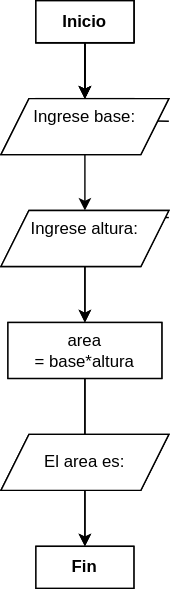
Above: Anotaciones C-C++/area.svg in Potentiallmmortality/notas (draw.io), before the change. Source tidied: cells renumbered, new cells last; positions are measured from the earlier drawing's top-left corner, leaving out a move shared by most shapes. Its diagram source:
```xml
<mxGraphModel background="#ffffff">
  <root>
    <mxCell id="0" />
    <mxCell id="1" parent="0" />
    <mxCell id="2" style="edgeStyle=none;html=1;" parent="1" edge="1" source="3">
      <mxGeometry relative="1" as="geometry">
        <mxPoint x="60" y="70" as="targetPoint" />
      </mxGeometry>
    </mxCell>
    <mxCell id="3" value="&lt;b&gt;Inicio&lt;/b&gt;" style="rounded=0;whiteSpace=wrap;html=1;" parent="1" vertex="1">
      <mxGeometry x="25" width="70" height="30" as="geometry" />
    </mxCell>
    <mxCell id="4" style="edgeStyle=none;html=1;" parent="1" edge="1" source="5">
      <mxGeometry relative="1" as="geometry">
        <mxPoint x="60" y="70" as="targetPoint" />
      </mxGeometry>
    </mxCell>
    <mxCell id="5" value="&lt;b&gt;Main&lt;/b&gt;" style="rounded=0;whiteSpace=wrap;html=1;" parent="1" vertex="1">
      <mxGeometry x="25" width="70" height="30" as="geometry" />
    </mxCell>
    <mxCell id="6" style="edgeStyle=none;html=1;" parent="1" edge="1" source="7" target="23">
      <mxGeometry relative="1" as="geometry" />
    </mxCell>
    <mxCell id="7" value="&lt;b&gt;Void&lt;/b&gt;" style="rounded=0;whiteSpace=wrap;html=1;" parent="1" vertex="1">
      <mxGeometry x="25" y="70" width="70" height="30" as="geometry" />
    </mxCell>
    <mxCell id="8" style="edgeStyle=none;html=1;" parent="1" edge="1">
      <mxGeometry relative="1" as="geometry">
        <mxPoint x="120" y="155" as="sourcePoint" />
        <mxPoint x="95" y="155" as="targetPoint" />
      </mxGeometry>
    </mxCell>
    <mxCell id="9" style="edgeStyle=none;html=1;" parent="1" edge="1" target="7">
      <mxGeometry relative="1" as="geometry">
        <mxPoint x="120" y="86.2" as="sourcePoint" />
      </mxGeometry>
    </mxCell>
    <mxCell id="10" style="edgeStyle=none;html=1;" parent="1" edge="1" source="11" target="12">
      <mxGeometry relative="1" as="geometry" />
    </mxCell>
    <mxCell id="11" value="&lt;b&gt;Inicio&lt;/b&gt;" style="rounded=0;whiteSpace=wrap;html=1;" parent="1" vertex="1">
      <mxGeometry x="25" width="70" height="30" as="geometry" />
    </mxCell>
    <mxCell id="12" value="Ingrese base:&lt;div&gt;&lt;br&gt;&lt;/div&gt;" style="shape=parallelogram;perimeter=parallelogramPerimeter;whiteSpace=wrap;html=1;fixedSize=1;" parent="1" vertex="1">
      <mxGeometry y="70" width="120" height="40" as="geometry" />
    </mxCell>
    <mxCell id="13" style="edgeStyle=none;html=1;" parent="1" edge="1" source="14" target="16">
      <mxGeometry relative="1" as="geometry" />
    </mxCell>
    <mxCell id="14" value="Ingrese altura:&lt;div&gt;&lt;br&gt;&lt;/div&gt;" style="shape=parallelogram;perimeter=parallelogramPerimeter;whiteSpace=wrap;html=1;fixedSize=1;" parent="1" vertex="1">
      <mxGeometry y="150" width="120" height="40" as="geometry" />
    </mxCell>
    <mxCell id="15" style="edgeStyle=none;html=1;" parent="1" edge="1" source="16" target="18">
      <mxGeometry relative="1" as="geometry" />
    </mxCell>
    <mxCell id="16" value="area&lt;div&gt;= base*altura&lt;/div&gt;" style="rounded=0;whiteSpace=wrap;html=1;" parent="1" vertex="1">
      <mxGeometry x="5" y="230" width="110" height="40" as="geometry" />
    </mxCell>
    <mxCell id="17" value="El area es:" style="shape=parallelogram;perimeter=parallelogramPerimeter;whiteSpace=wrap;html=1;fixedSize=1;" parent="1" vertex="1">
      <mxGeometry y="310" width="120" height="40" as="geometry" />
    </mxCell>
    <mxCell id="18" value="&lt;b&gt;Fin&lt;/b&gt;" style="rounded=0;whiteSpace=wrap;html=1;" parent="1" vertex="1">
      <mxGeometry x="25" y="390" width="70" height="30" as="geometry" />
    </mxCell>
    <mxCell id="19" style="edgeStyle=none;html=1;" parent="1" edge="1" source="20" target="21">
      <mxGeometry relative="1" as="geometry" />
    </mxCell>
    <mxCell id="20" value="&lt;b&gt;Inicio&lt;/b&gt;" style="rounded=0;whiteSpace=wrap;html=1;" parent="1" vertex="1">
      <mxGeometry x="25" width="70" height="30" as="geometry" />
    </mxCell>
    <mxCell id="21" value="Ingrese base:&lt;div&gt;&lt;br&gt;&lt;/div&gt;" style="shape=parallelogram;perimeter=parallelogramPerimeter;whiteSpace=wrap;html=1;fixedSize=1;" parent="1" vertex="1">
      <mxGeometry y="70" width="120" height="40" as="geometry" />
    </mxCell>
    <mxCell id="22" style="edgeStyle=none;html=1;" parent="1" edge="1" source="23" target="25">
      <mxGeometry relative="1" as="geometry" />
    </mxCell>
    <mxCell id="23" value="Ingrese altura:&lt;div&gt;&lt;br&gt;&lt;/div&gt;" style="shape=parallelogram;perimeter=parallelogramPerimeter;whiteSpace=wrap;html=1;fixedSize=1;" parent="1" vertex="1">
      <mxGeometry y="150" width="120" height="40" as="geometry" />
    </mxCell>
    <mxCell id="24" style="edgeStyle=none;html=1;" parent="1" edge="1" source="25" target="27">
      <mxGeometry relative="1" as="geometry" />
    </mxCell>
    <mxCell id="25" value="area&lt;div&gt;= base*altura&lt;/div&gt;" style="rounded=0;whiteSpace=wrap;html=1;" parent="1" vertex="1">
      <mxGeometry x="5" y="230" width="110" height="40" as="geometry" />
    </mxCell>
    <mxCell id="26" value="El area es:" style="shape=parallelogram;perimeter=parallelogramPerimeter;whiteSpace=wrap;html=1;fixedSize=1;" parent="1" vertex="1">
      <mxGeometry y="310" width="120" height="40" as="geometry" />
    </mxCell>
    <mxCell id="27" value="&lt;b&gt;Fin&lt;/b&gt;" style="rounded=0;whiteSpace=wrap;html=1;" parent="1" vertex="1">
      <mxGeometry x="25" y="390" width="70" height="30" as="geometry" />
    </mxCell>
  </root>
</mxGraphModel>
```
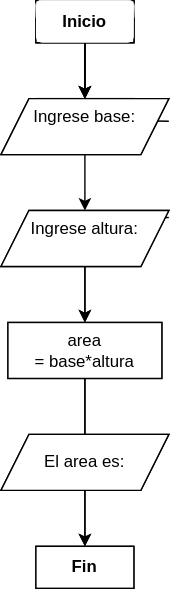
After the change.

Change to the diagram source:
```diff
@@ -65,7 +65,7 @@
     <mxCell id="19" style="edgeStyle=none;html=1;" parent="1" edge="1" source="20" target="21">
       <mxGeometry relative="1" as="geometry" />
     </mxCell>
-    <mxCell id="20" value="&lt;b&gt;Inicio&lt;/b&gt;" style="rounded=0;whiteSpace=wrap;html=1;" parent="1" vertex="1">
+    <mxCell id="20" value="&lt;b&gt;Inicio&lt;/b&gt;" style="rounded=1;whiteSpace=wrap;html=1;labelBackgroundColor=default;glass=1;strokeColor=none;" parent="1" vertex="1">
       <mxGeometry x="25" width="70" height="30" as="geometry" />
     </mxCell>
     <mxCell id="21" value="Ingrese base:&lt;div&gt;&lt;br&gt;&lt;/div&gt;" style="shape=parallelogram;perimeter=parallelogramPerimeter;whiteSpace=wrap;html=1;fixedSize=1;" parent="1" vertex="1">
```
